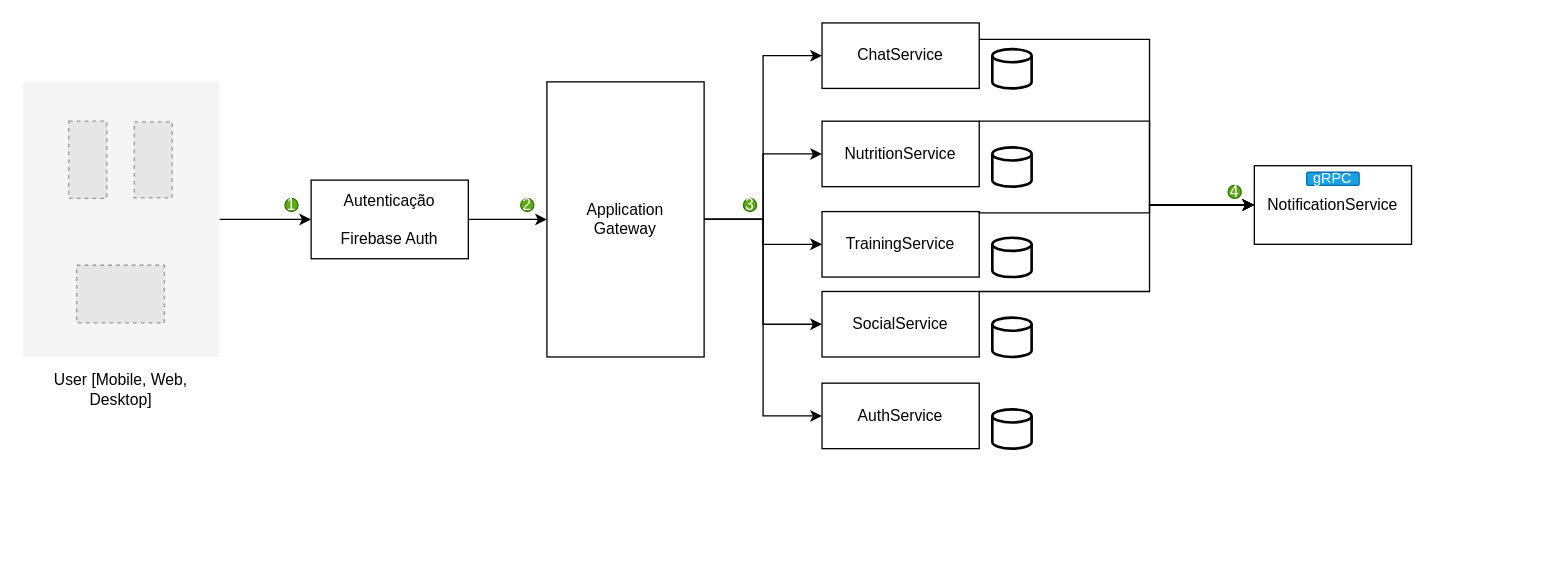
This is page "Arquitetura da aplicação" (1 of 35) of Architecture.drawio from AlanEdward19/ShapeUp, a draw.io file, before an edit. Source tidied: cells renumbered, new cells numbered last; positions are measured from the earlier drawing's top-left corner, leaving out a move shared by most shapes. Both pictures are drawn from the tidied source at 131%, with x=0, y=0 at pixel (22, 22). Pictures stored in the file or linked from it are replaced by grey dashed boxes.
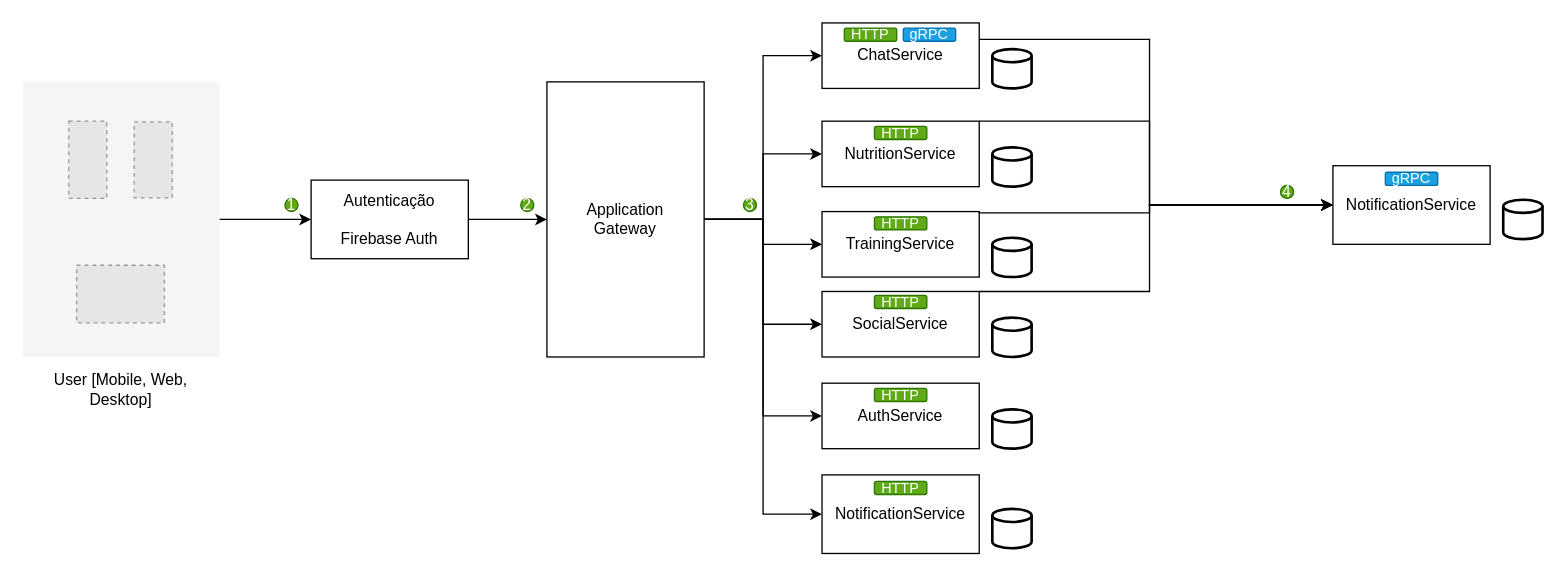
Above is the later version.

Unchanged cells that the change refers to:
```xml
<mxCell id="16" value="Application&lt;div&gt;Gateway&lt;/div&gt;" style="whiteSpace=wrap;html=1;" parent="1" vertex="1">
  <mxGeometry x="400" y="45" width="120" height="210" as="geometry" />
</mxCell>
<mxCell id="17" style="group;" parent="1" vertex="1">
  <mxGeometry x="610" y="75" width="160" height="50" as="geometry" />
</mxCell>
<mxCell id="20" style="group;" parent="1" vertex="1">
  <mxGeometry x="610" y="144" width="160" height="50" as="geometry" />
</mxCell>
<mxCell id="23" style="group;" parent="1" vertex="1">
  <mxGeometry x="610" y="205" width="160" height="50" as="geometry" />
</mxCell>
<mxCell id="26" style="group;" parent="1" vertex="1">
  <mxGeometry x="610" width="160" height="50" as="geometry" />
</mxCell>
<mxCell id="33" style="group;" parent="1" vertex="1">
  <mxGeometry x="610" y="275" width="160" height="50" as="geometry" />
</mxCell>
```

Change to the diagram source:
```diff
@@
+    <mxCell id="42" style="edgeStyle=orthogonalEdgeStyle;rounded=0;jettySize=auto;html=1;exitX=1;exitY=0.5;exitDx=0;exitDy=0;entryX=0;entryY=0.5;entryDx=0;entryDy=0;" parent="1" edge="1" source="16" target="53">
+      <mxGeometry relative="1" as="geometry">
+        <Array as="points">
+          <mxPoint x="565" y="150" />
+          <mxPoint x="565" y="375" />
+        </Array>
+      </mxGeometry>
+    </mxCell>
@@
+    <mxCell id="43" value="HTTP" style="rounded=1;whiteSpace=wrap;html=1;fillColor=#60a917;strokeColor=#2D7600;fontSize=11;fontColor=#ffffff;" parent="17" vertex="1">
+      <mxGeometry x="40" y="4" width="40" height="10" as="geometry" />
+    </mxCell>
@@
+    <mxCell id="44" value="HTTP" style="rounded=1;whiteSpace=wrap;html=1;fillColor=#60a917;strokeColor=#2D7600;fontSize=11;fontColor=#ffffff;" parent="20" vertex="1">
+      <mxGeometry x="40" y="4" width="40" height="10" as="geometry" />
+    </mxCell>
@@
+    <mxCell id="45" value="HTTP" style="rounded=1;whiteSpace=wrap;html=1;fillColor=#60a917;strokeColor=#2D7600;fontSize=11;fontColor=#ffffff;" parent="23" vertex="1">
+      <mxGeometry x="40" y="3" width="40" height="10" as="geometry" />
+    </mxCell>
@@
+    <mxCell id="46" value="HTTP" style="rounded=1;whiteSpace=wrap;html=1;fillColor=#60a917;strokeColor=#2D7600;fontSize=11;fontColor=#ffffff;" parent="26" vertex="1">
+      <mxGeometry x="17" y="4" width="40" height="10" as="geometry" />
+    </mxCell>
+    <mxCell id="47" value="gRPC" style="rounded=1;whiteSpace=wrap;html=1;fillColor=#1ba1e2;strokeColor=#006EAF;fontSize=11;fontColor=#ffffff;" parent="26" vertex="1">
+      <mxGeometry x="62" y="4" width="40" height="10" as="geometry" />
+    </mxCell>
@@
     <mxCell id="32" value="4" style="ellipse;whiteSpace=wrap;html=1;fillColor=#60a917;fontColor=#ffffff;strokeColor=#2D7600;" parent="1" vertex="1">
-      <mxGeometry x="920" y="124" width="10" height="10" as="geometry" />
+      <mxGeometry x="960" y="124" width="10" height="10" as="geometry" />
     </mxCell>
@@
-    <mxCell id="36" value="NotificationService" style="whiteSpace=wrap;html=1;" parent="1" vertex="1">
-      <mxGeometry x="940" y="109" width="120" height="60" as="geometry" />
-    </mxCell>
+    <mxCell id="48" value="HTTP" style="rounded=1;whiteSpace=wrap;html=1;fillColor=#60a917;strokeColor=#2D7600;fontSize=11;fontColor=#ffffff;" parent="33" vertex="1">
+      <mxGeometry x="40" y="4" width="40" height="10" as="geometry" />
+    </mxCell>
@@
-    <mxCell id="41" value="gRPC" style="rounded=1;whiteSpace=wrap;html=1;fillColor=#1ba1e2;strokeColor=#006EAF;fontSize=11;fontColor=#ffffff;" parent="1" vertex="1">
-      <mxGeometry x="980" y="114" width="40" height="10" as="geometry" />
-    </mxCell>
+    <mxCell id="49" style="group;" parent="1" vertex="1">
+      <mxGeometry x="1000" y="109" width="160" height="60" as="geometry" />
+    </mxCell>
+    <mxCell id="36" value="NotificationService" style="whiteSpace=wrap;html=1;" parent="49" vertex="1">
+      <mxGeometry width="120" height="60" as="geometry" />
+    </mxCell>
+    <mxCell id="50" style="strokeWidth=2;html=1;shape=mxgraph.flowchart.database;whiteSpace=wrap;" parent="49" vertex="1">
+      <mxGeometry x="130" y="26" width="30" height="30" as="geometry" />
+    </mxCell>
+    <mxCell id="51" value="gRPC" style="rounded=1;whiteSpace=wrap;html=1;fillColor=#1ba1e2;strokeColor=#006EAF;fontSize=11;fontColor=#ffffff;" parent="49" vertex="1">
+      <mxGeometry x="40" y="5" width="40" height="10" as="geometry" />
+    </mxCell>
+    <mxCell id="52" style="group;" parent="1" vertex="1">
+      <mxGeometry x="610" y="345" width="160" height="60" as="geometry" />
+    </mxCell>
+    <mxCell id="53" value="NotificationService" style="whiteSpace=wrap;html=1;" parent="52" vertex="1">
+      <mxGeometry width="120" height="60" as="geometry" />
+    </mxCell>
+    <mxCell id="54" style="strokeWidth=2;html=1;shape=mxgraph.flowchart.database;whiteSpace=wrap;" parent="52" vertex="1">
+      <mxGeometry x="130" y="26" width="30" height="30" as="geometry" />
+    </mxCell>
+    <mxCell id="55" value="HTTP" style="rounded=1;whiteSpace=wrap;html=1;fillColor=#60a917;strokeColor=#2D7600;fontSize=11;fontColor=#ffffff;" parent="52" vertex="1">
+      <mxGeometry x="40" y="5" width="40" height="10" as="geometry" />
+    </mxCell>
```
